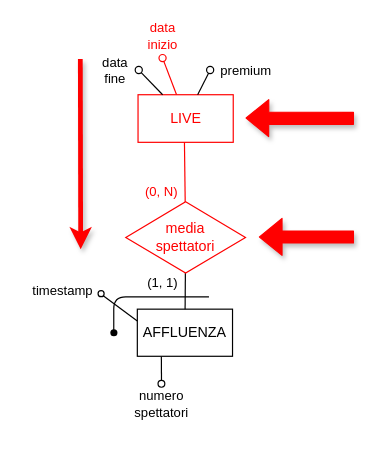
Earlier version of the draw.io diagram Progetto Esame - DBSperimentazioni A.A. 2023-2024/Diagrammi/ridondanze/2.3.1.2_schema_op_rid2a.drawio (Mattron2000/Basi_di_dati). Source tidied: cells renumbered, new cells numbered last; positions are measured from the earlier drawing's top-left corner, leaving out a move shared by most shapes. Both pictures are drawn from the tidied source at 119%, with x=0, y=0 at pixel (20, 57).
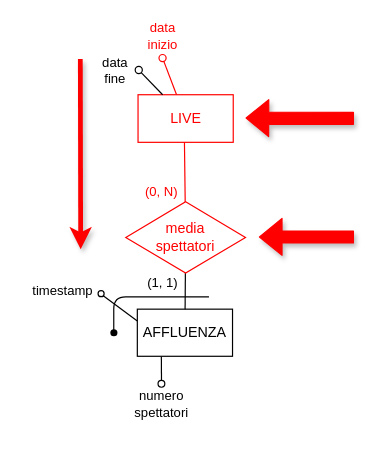
Above is the later version.

The change refers to these unchanged cells:
```xml
<mxCell id="5" value="&lt;font color=&quot;#ff0000&quot;&gt;LIVE&lt;/font&gt;" style="whiteSpace=wrap;html=1;strokeColor=#FF0000;" parent="1" vertex="1">
  <mxGeometry x="98.5" y="31.1" width="80" height="40" as="geometry" />
</mxCell>
```

The edit, as a diff of the source:
```diff
@@
-    <mxCell id="6" style="edgeStyle=none;shape=connector;rounded=1;fillStyle=auto;html=1;labelBackgroundColor=default;strokeColor=default;strokeWidth=1;fontFamily=Helvetica;fontSize=11;fontColor=default;endArrow=none;endFill=0;startSize=6;endSize=6;fillColor=#000000;startArrow=oval;startFill=0;" parent="1" edge="1" target="5">
-      <mxGeometry relative="1" as="geometry">
-        <mxPoint x="159.1" y="10.3" as="sourcePoint" />
-      </mxGeometry>
-    </mxCell>
-    <mxCell id="7" value="premium" style="edgeLabel;html=1;align=center;verticalAlign=middle;fontSize=11;fontFamily=Helvetica;fontColor=default;" parent="6" vertex="1">
-      <mxGeometry x="-0.26" y="1" relative="1" as="geometry">
-        <mxPoint x="33" y="-8" as="offset" />
-      </mxGeometry>
-    </mxCell>
```
